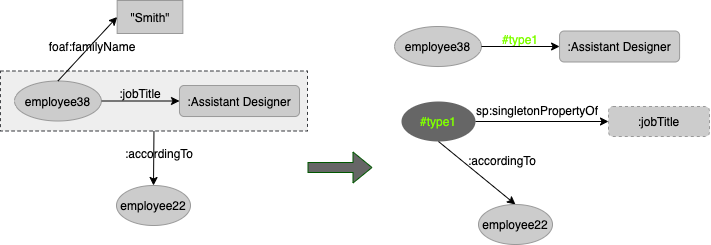
This is lecture/images/Example-2-To-SingletonProperties.png from semantic-systems/rdf-star-tutorial, a draw.io export, as it was before one commit. Source tidied: cells renumbered, new cells last; positions are measured from the earlier drawing's top-left corner, leaving out a move shared by most shapes.
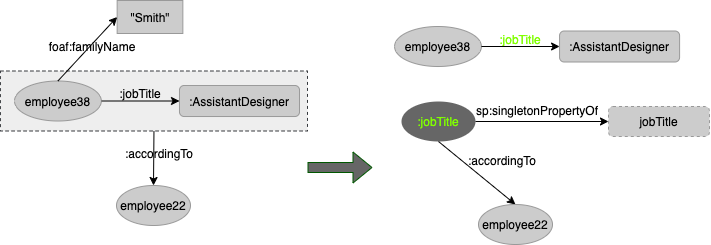
The same diagram one commit later.

What changed in the source:
```diff
@@ -11,7 +11,7 @@
     <mxCell id="4" value="employee38" style="ellipse;whiteSpace=wrap;html=1;fillColor=#CCCCCC;strokeColor=#999999;fontColor=#000000;" parent="2" vertex="1">
       <mxGeometry width="86.8" height="40" as="geometry" />
     </mxCell>
-    <mxCell id="5" value=":Assistant Designer" style="rounded=1;whiteSpace=wrap;html=1;fontColor=#000000;strokeColor=#999999;fillColor=#CCCCCC;align=center;" parent="2" vertex="1">
+    <mxCell id="5" value=":AssistantDesigner" style="rounded=1;whiteSpace=wrap;html=1;fontColor=#000000;strokeColor=#999999;fillColor=#CCCCCC;align=center;" parent="2" vertex="1">
       <mxGeometry x="165" y="4.5" width="120" height="31" as="geometry" />
     </mxCell>
     <mxCell id="6" style="endArrow=classic;html=1;rounded=0;fontColor=#000000;fillColor=#666666;exitX=1;exitY=0.5;exitDx=0;exitDy=0;entryX=0;entryY=0.5;entryDx=0;entryDy=0;" parent="2" edge="1" source="4" target="5">
@@ -29,7 +29,7 @@
     <mxCell id="10" value=":accordingTo" style="text;html=1;strokeColor=none;fillColor=none;align=center;verticalAlign=middle;whiteSpace=wrap;rounded=0;" parent="1" vertex="1">
       <mxGeometry x="123" y="141" width="72" height="24" as="geometry" />
     </mxCell>
-    <mxCell id="11" value="&lt;font color=&quot;#80ff00&quot;&gt;#type1&lt;/font&gt;" style="ellipse;whiteSpace=wrap;html=1;fillColor=#666666;strokeColor=none;" parent="1" vertex="1">
+    <mxCell id="11" value="&lt;font color=&quot;#80ff00&quot;&gt;:jobTitle&lt;/font&gt;" style="ellipse;whiteSpace=wrap;html=1;fillColor=#666666;strokeColor=none;" parent="1" vertex="1">
       <mxGeometry x="401" y="101" width="74" height="40" as="geometry" />
     </mxCell>
     <mxCell id="12" style="endArrow=classic;html=1;rounded=0;entryX=0.5;entryY=0;entryDx=0;entryDy=0;exitX=0.5;exitY=1;exitDx=0;exitDy=0;" parent="1" edge="1" source="11" target="14">
@@ -59,16 +59,16 @@
     <mxCell id="19" value="employee38" style="ellipse;whiteSpace=wrap;html=1;fillColor=#CCCCCC;strokeColor=#999999;fontColor=#000000;" parent="1" vertex="1">
       <mxGeometry x="394.1" y="26" width="86.8" height="40" as="geometry" />
     </mxCell>
-    <mxCell id="20" value=":Assistant Designer" style="rounded=1;whiteSpace=wrap;html=1;fontColor=#000000;strokeColor=#999999;fillColor=#CCCCCC;align=center;" parent="1" vertex="1">
+    <mxCell id="20" value=":AssistantDesigner" style="rounded=1;whiteSpace=wrap;html=1;fontColor=#000000;strokeColor=#999999;fillColor=#CCCCCC;align=center;" parent="1" vertex="1">
       <mxGeometry x="559.1" y="30.5" width="120" height="31" as="geometry" />
     </mxCell>
-    <mxCell id="21" value="&lt;font color=&quot;#80ff00&quot;&gt;#type1&lt;/font&gt;" style="text;html=1;strokeColor=none;fillColor=none;align=center;verticalAlign=middle;whiteSpace=wrap;rounded=0;fontColor=#000000;" parent="1" vertex="1">
+    <mxCell id="21" value="&lt;font color=&quot;#80ff00&quot;&gt;:jobTitle&lt;/font&gt;" style="text;html=1;strokeColor=none;fillColor=none;align=center;verticalAlign=middle;whiteSpace=wrap;rounded=0;fontColor=#000000;" parent="1" vertex="1">
       <mxGeometry x="490.1" y="23.5" width="60" height="30" as="geometry" />
     </mxCell>
     <mxCell id="22" style="endArrow=classic;html=1;rounded=0;fontColor=#FFFFFF;fillColor=#666666;entryX=0;entryY=0.5;entryDx=0;entryDy=0;exitX=1;exitY=0.5;exitDx=0;exitDy=0;" parent="1" edge="1" source="19" target="20">
       <mxGeometry relative="1" as="geometry" />
     </mxCell>
-    <mxCell id="23" value="&lt;span&gt;:jobTitle&lt;/span&gt;" style="rounded=1;whiteSpace=wrap;html=1;dashed=1;fillColor=#CCCCCC;strokeColor=#999999;" parent="1" vertex="1">
+    <mxCell id="23" value="&lt;span&gt;jobTitle&lt;/span&gt;" style="rounded=1;whiteSpace=wrap;html=1;dashed=1;fillColor=#CCCCCC;strokeColor=#999999;" parent="1" vertex="1">
       <mxGeometry x="608" y="106" width="101" height="30" as="geometry" />
     </mxCell>
     <mxCell id="24" style="endArrow=classic;html=1;rounded=0;fontColor=#80FF00;fillColor=#666666;exitX=1;exitY=0.5;exitDx=0;exitDy=0;entryX=0;entryY=0.5;entryDx=0;entryDy=0;" parent="1" edge="1" source="11" target="23">
```
